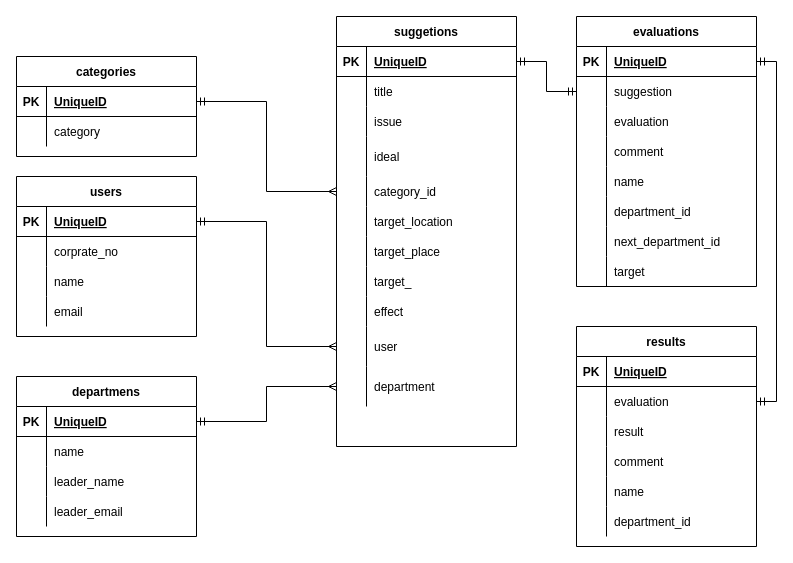
f-mio/suggestion_box keeps this draw.io diagram as db/suggestion_box_ER.dio. Above is the earlier version. Source tidied: cells renumbered, new cells numbered last; positions are measured from the earlier drawing's top-left corner, leaving out a move shared by most shapes. Both pictures are drawn from the tidied source at 100%, with x=0, y=0 at pixel (16, 16).
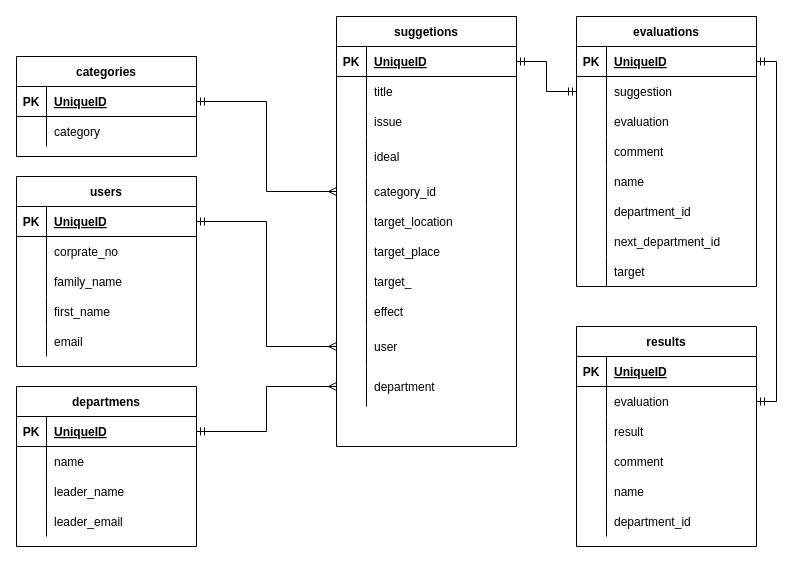
After the change.

Unchanged cells that the change refers to:
```xml
<mxCell id="43" style="shape=partialRectangle;fillColor=none;top=0;left=0;bottom=0;right=0;" parent="36" vertex="1">
  <mxGeometry y="90" width="180" height="30" as="geometry" />
</mxCell>
```

Diff of the diagram source:
```diff
@@
     <mxCell id="36" value="users" style="shape=table;startSize=30;childLayout=tableLayout;rowLines=0;fontStyle=1;align=center;" parent="1" vertex="1">
-      <mxGeometry y="160" width="180" height="160" as="geometry" />
+      <mxGeometry y="160" width="180" height="190" as="geometry" />
     </mxCell>
@@
-    <mxCell id="45" value="name" style="shape=partialRectangle;fillColor=none;top=0;left=0;bottom=0;right=0;align=left;spacingLeft=6;overflow=hidden;" parent="43" vertex="1">
+    <mxCell id="45" value="family_name" style="shape=partialRectangle;fillColor=none;top=0;left=0;bottom=0;right=0;align=left;spacingLeft=6;overflow=hidden;" parent="43" vertex="1">
       <mxGeometry x="30" width="150" height="30" as="geometry" />
     </mxCell>
+    <mxCell id="118" style="shape=partialRectangle;fillColor=none;top=0;left=0;bottom=0;right=0;" parent="36" vertex="1">
+      <mxGeometry y="120" width="180" height="30" as="geometry" />
+    </mxCell>
+    <mxCell id="119" style="shape=partialRectangle;fillColor=none;top=0;left=0;bottom=0;right=0;overflow=hidden;" parent="118" vertex="1">
+      <mxGeometry width="30" height="30" as="geometry" />
+    </mxCell>
+    <mxCell id="120" value="first_name" style="shape=partialRectangle;fillColor=none;top=0;left=0;bottom=0;right=0;align=left;spacingLeft=6;overflow=hidden;" parent="118" vertex="1">
+      <mxGeometry x="30" width="150" height="30" as="geometry" />
+    </mxCell>
     <mxCell id="46" style="shape=partialRectangle;fillColor=none;top=0;left=0;bottom=0;right=0;" parent="36" vertex="1">
-      <mxGeometry y="120" width="180" height="30" as="geometry" />
+      <mxGeometry y="150" width="180" height="30" as="geometry" />
     </mxCell>
@@
     <mxCell id="49" value="departmens" style="shape=table;startSize=30;childLayout=tableLayout;rowLines=0;fontStyle=1;align=center;" parent="1" vertex="1">
-      <mxGeometry y="360" width="180" height="160" as="geometry" />
+      <mxGeometry y="370" width="180" height="160" as="geometry" />
     </mxCell>
```
